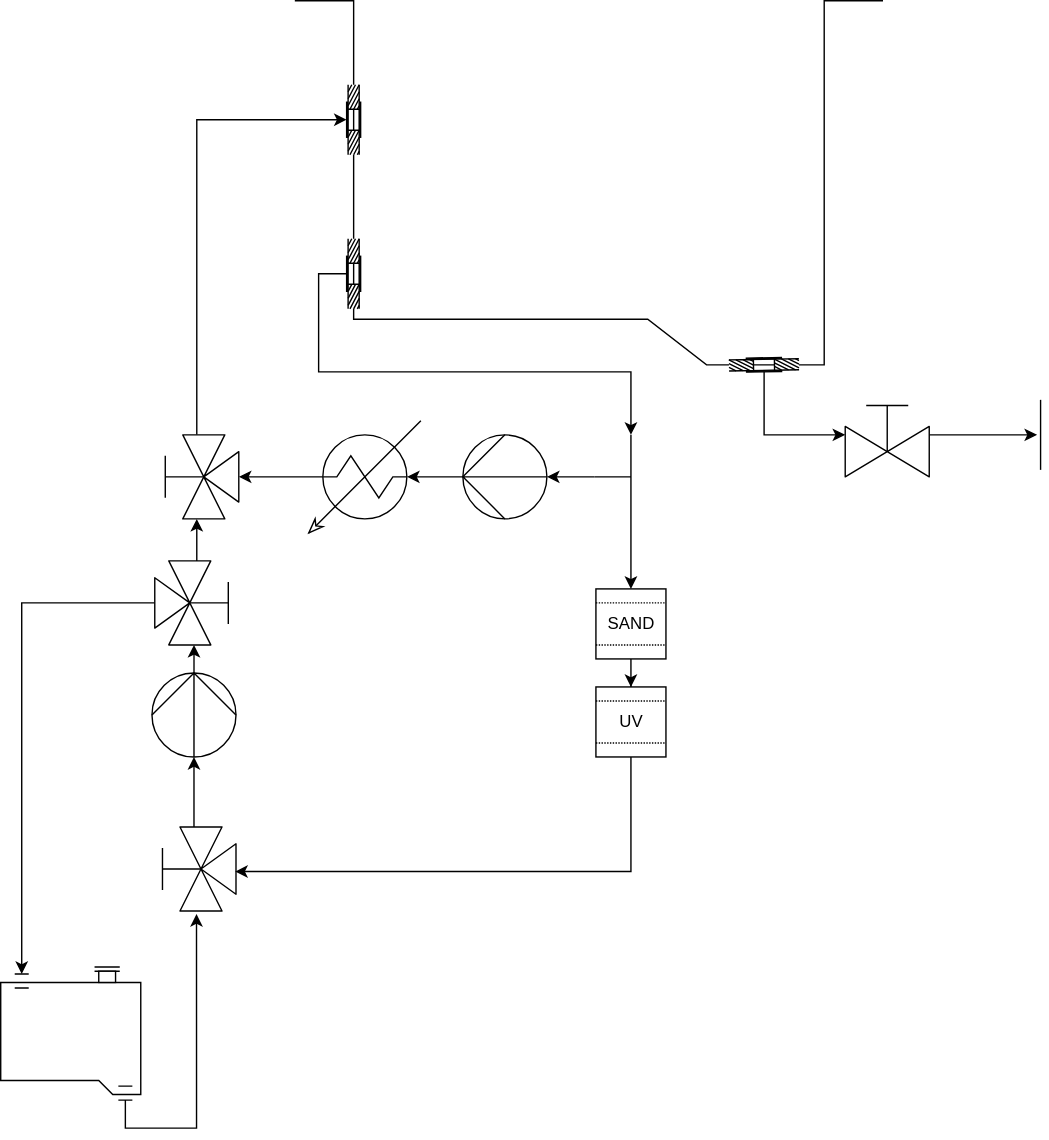
andreasberg/aHouse keeps this draw.io diagram as badewanne_pipes.svg. Above is the earlier version. Source tidied: cells renumbered, new cells last; positions are measured from the earlier drawing's top-left corner, leaving out a move shared by most shapes. Its diagram source:
```xml
<mxGraphModel>
  <root>
    <mxCell id="0" />
    <mxCell id="1" parent="0" />
    <mxCell id="2" style="shape=mxgraph.pid.vessels.container,_tank,_cistern_(boot);html=1;align=center;verticalLabelPosition=bottom;verticalAlign=top;dashed=0;" parent="1" vertex="1">
      <mxGeometry x="210" width="420" height="260" as="geometry" />
    </mxCell>
    <mxCell id="3" style="edgeStyle=orthogonalEdgeStyle;rounded=0;jettySize=auto;html=1;" parent="1" edge="1" source="5" target="11">
      <mxGeometry relative="1" as="geometry" />
    </mxCell>
    <mxCell id="4" style="edgeStyle=orthogonalEdgeStyle;rounded=0;jettySize=auto;html=1;entryX=0;entryY=0.5;entryDx=0;entryDy=0;entryPerimeter=0;" parent="1" edge="1" source="5" target="23">
      <mxGeometry relative="1" as="geometry" />
    </mxCell>
    <mxCell id="5" style="verticalLabelPosition=bottom;align=center;html=1;verticalAlign=top;dashed=0;shape=mxgraph.pid2valves.valve;valveType=threeWay;actuator=man;rotation=90;" parent="1" vertex="1">
      <mxGeometry x="110" y="400" width="60" height="60" as="geometry" />
    </mxCell>
    <mxCell id="6" style="edgeStyle=orthogonalEdgeStyle;rounded=0;jettySize=auto;html=1;" parent="1" edge="1" source="7" target="16">
      <mxGeometry relative="1" as="geometry" />
    </mxCell>
    <mxCell id="7" style="verticalLabelPosition=bottom;align=center;html=1;verticalAlign=top;dashed=0;shape=mxgraph.pid2valves.valve;valveType=gate;actuator=man;" parent="1" vertex="1">
      <mxGeometry x="603" y="280" width="60" height="60" as="geometry" />
    </mxCell>
    <mxCell id="8" style="edgeStyle=orthogonalEdgeStyle;rounded=0;jettySize=auto;html=1;" parent="1" edge="1" source="9" target="19">
      <mxGeometry relative="1" as="geometry" />
    </mxCell>
    <mxCell id="9" style="verticalLabelPosition=bottom;align=center;html=1;verticalAlign=top;dashed=0;shape=mxgraph.pid2valves.valve;valveType=threeWay;actuator=man;rotation=-90;" parent="1" vertex="1">
      <mxGeometry x="108" y="590" width="60" height="60" as="geometry" />
    </mxCell>
    <mxCell id="10" style="edgeStyle=orthogonalEdgeStyle;rounded=0;jettySize=auto;html=1;entryX=0;entryY=0.5;entryDx=0;entryDy=0;entryPerimeter=0;" parent="1" edge="1" source="11" target="17">
      <mxGeometry relative="1" as="geometry">
        <Array as="points">
          <mxPoint x="140" y="85" />
        </Array>
      </mxGeometry>
    </mxCell>
    <mxCell id="11" style="verticalLabelPosition=bottom;align=center;html=1;verticalAlign=top;dashed=0;shape=mxgraph.pid2valves.valve;valveType=threeWay;actuator=man;rotation=-90;" parent="1" vertex="1">
      <mxGeometry x="110" y="310" width="60" height="60" as="geometry" />
    </mxCell>
    <mxCell id="12" style="edgeStyle=orthogonalEdgeStyle;rounded=0;jettySize=auto;html=1;exitX=0.5;exitY=1;exitDx=0;exitDy=0;exitPerimeter=0;entryX=0.47;entryY=0.99;entryDx=0;entryDy=0;entryPerimeter=0;" parent="1" edge="1" source="13" target="9">
      <mxGeometry relative="1" as="geometry" />
    </mxCell>
    <mxCell id="13" value="UV" style="html=1;dashed=0;outlineConnect=0;align=center;shape=mxgraph.pid.filters.liquid_filter_(biological);" parent="1" vertex="1">
      <mxGeometry x="425" y="490" width="50" height="50" as="geometry" />
    </mxCell>
    <mxCell id="14" style="edgeStyle=orthogonalEdgeStyle;rounded=0;jettySize=auto;html=1;entryX=0.5;entryY=0;entryDx=0;entryDy=0;entryPerimeter=0;" parent="1" edge="1" source="15" target="13">
      <mxGeometry relative="1" as="geometry" />
    </mxCell>
    <mxCell id="15" value="SAND" style="html=1;dashed=0;outlineConnect=0;align=center;shape=mxgraph.pid.filters.liquid_filter_(biological);" parent="1" vertex="1">
      <mxGeometry x="425" y="420" width="50" height="50" as="geometry" />
    </mxCell>
    <mxCell id="16" style="shape=mxgraph.pid.fittings.single_flange;html=1;align=center;verticalLabelPosition=bottom;verticalAlign=top;dashed=0;" parent="1" vertex="1">
      <mxGeometry x="740" y="285" width="5" height="50" as="geometry" />
    </mxCell>
    <mxCell id="17" style="shape=mxgraph.pid.fittings.breakthrough;html=1;align=center;verticalLabelPosition=bottom;verticalAlign=top;dashed=0;" parent="1" vertex="1">
      <mxGeometry x="247" y="60" width="10" height="50" as="geometry" />
    </mxCell>
    <mxCell id="18" style="edgeStyle=orthogonalEdgeStyle;rounded=0;jettySize=auto;html=1;exitX=0.5;exitY=0;exitDx=0;exitDy=0;exitPerimeter=0;entryX=1;entryY=0.533;entryDx=0;entryDy=0;entryPerimeter=0;" parent="1" edge="1" source="19" target="5">
      <mxGeometry relative="1" as="geometry" />
    </mxCell>
    <mxCell id="19" style="shape=mxgraph.pid.pumps_-_din.centrifugal;html=1;align=center;verticalLabelPosition=bottom;verticalAlign=top;dashed=0;" parent="1" vertex="1">
      <mxGeometry x="108" y="480" width="60" height="60" as="geometry" />
    </mxCell>
    <mxCell id="20" style="shape=mxgraph.pid.vessels.tank_(boot);html=1;align=center;verticalLabelPosition=bottom;verticalAlign=top;dashed=0;" parent="1" vertex="1">
      <mxGeometry y="690" width="100" height="91" as="geometry" />
    </mxCell>
    <mxCell id="21" style="edgeStyle=orthogonalEdgeStyle;rounded=0;jettySize=auto;html=1;exitX=1;exitY=0.5;exitDx=0;exitDy=0;exitPerimeter=0;entryX=-0.036;entryY=0.53;entryDx=0;entryDy=0;entryPerimeter=0;" parent="1" edge="1" source="22" target="9">
      <mxGeometry relative="1" as="geometry" />
    </mxCell>
    <mxCell id="22" style="shape=mxgraph.pid.fittings.flanged_connection;html=1;align=center;verticalLabelPosition=bottom;verticalAlign=top;dashed=0;rotation=90;" parent="1" vertex="1">
      <mxGeometry x="84" y="775" width="10" height="10" as="geometry" />
    </mxCell>
    <mxCell id="23" style="shape=mxgraph.pid.fittings.flanged_connection;html=1;align=center;verticalLabelPosition=bottom;verticalAlign=top;dashed=0;rotation=90;" parent="1" vertex="1">
      <mxGeometry x="10" y="695" width="10" height="10" as="geometry" />
    </mxCell>
    <mxCell id="24" style="edgeStyle=orthogonalEdgeStyle;rounded=0;jettySize=auto;html=1;exitX=0;exitY=0.5;exitDx=0;exitDy=0;exitPerimeter=0;" parent="1" edge="1" source="25" target="34">
      <mxGeometry relative="1" as="geometry">
        <Array as="points">
          <mxPoint x="227" y="195" />
          <mxPoint x="227" y="265" />
          <mxPoint x="450" y="265" />
        </Array>
      </mxGeometry>
    </mxCell>
    <mxCell id="25" style="shape=mxgraph.pid.fittings.breakthrough;html=1;align=center;verticalLabelPosition=bottom;verticalAlign=top;dashed=0;" parent="1" vertex="1">
      <mxGeometry x="247" y="170" width="10" height="50" as="geometry" />
    </mxCell>
    <mxCell id="26" style="edgeStyle=orthogonalEdgeStyle;rounded=0;jettySize=auto;html=1;exitX=0;exitY=0.5;exitDx=0;exitDy=0;exitPerimeter=0;" parent="1" edge="1" source="27" target="7">
      <mxGeometry relative="1" as="geometry">
        <Array as="points">
          <mxPoint x="545" y="310" />
        </Array>
      </mxGeometry>
    </mxCell>
    <mxCell id="27" style="shape=mxgraph.pid.fittings.breakthrough;html=1;align=center;verticalLabelPosition=bottom;verticalAlign=top;dashed=0;rotation=-91;" parent="1" vertex="1">
      <mxGeometry x="540" y="235" width="10" height="50" as="geometry" />
    </mxCell>
    <mxCell id="28" style="edgeStyle=orthogonalEdgeStyle;rounded=0;jettySize=auto;html=1;exitX=0.5;exitY=0;exitDx=0;exitDy=0;exitPerimeter=0;entryX=0.876;entryY=0.5;entryDx=0;entryDy=0;entryPerimeter=0;" parent="1" edge="1" source="29" target="31">
      <mxGeometry relative="1" as="geometry" />
    </mxCell>
    <mxCell id="29" style="shape=mxgraph.pid.pumps_-_din.centrifugal;html=1;align=center;verticalLabelPosition=bottom;verticalAlign=top;dashed=0;rotation=-90;" parent="1" vertex="1">
      <mxGeometry x="330" y="310" width="60" height="60" as="geometry" />
    </mxCell>
    <mxCell id="30" style="edgeStyle=orthogonalEdgeStyle;rounded=0;jettySize=auto;html=1;exitX=0.124;exitY=0.5;exitDx=0;exitDy=0;exitPerimeter=0;" parent="1" edge="1" source="31" target="11">
      <mxGeometry relative="1" as="geometry" />
    </mxCell>
    <mxCell id="31" style="shape=mxgraph.pid.heat_exchangers.heater;html=1;align=center;verticalLabelPosition=bottom;verticalAlign=top;dashed=0;" parent="1" vertex="1">
      <mxGeometry x="220" y="300" width="80" height="80" as="geometry" />
    </mxCell>
    <mxCell id="32" style="edgeStyle=orthogonalEdgeStyle;rounded=0;jettySize=auto;html=1;exitX=0;exitY=0.5;exitDx=0;exitDy=0;exitPerimeter=0;entryX=0.5;entryY=1;entryDx=0;entryDy=0;entryPerimeter=0;" parent="1" edge="1" source="34" target="29">
      <mxGeometry relative="1" as="geometry" />
    </mxCell>
    <mxCell id="33" style="edgeStyle=orthogonalEdgeStyle;rounded=0;jettySize=auto;html=1;entryX=0.5;entryY=0;entryDx=0;entryDy=0;entryPerimeter=0;" parent="1" edge="1" source="34" target="15">
      <mxGeometry relative="1" as="geometry">
        <Array as="points">
          <mxPoint x="450" y="390" />
          <mxPoint x="450" y="390" />
        </Array>
      </mxGeometry>
    </mxCell>
    <mxCell id="34" style="verticalLabelPosition=bottom;align=center;dashed=0;html=1;verticalAlign=top;shape=mxgraph.pid.piping.flange_in;" parent="1" vertex="1">
      <mxGeometry x="424" y="310" width="26" height="60" as="geometry" />
    </mxCell>
  </root>
</mxGraphModel>
```
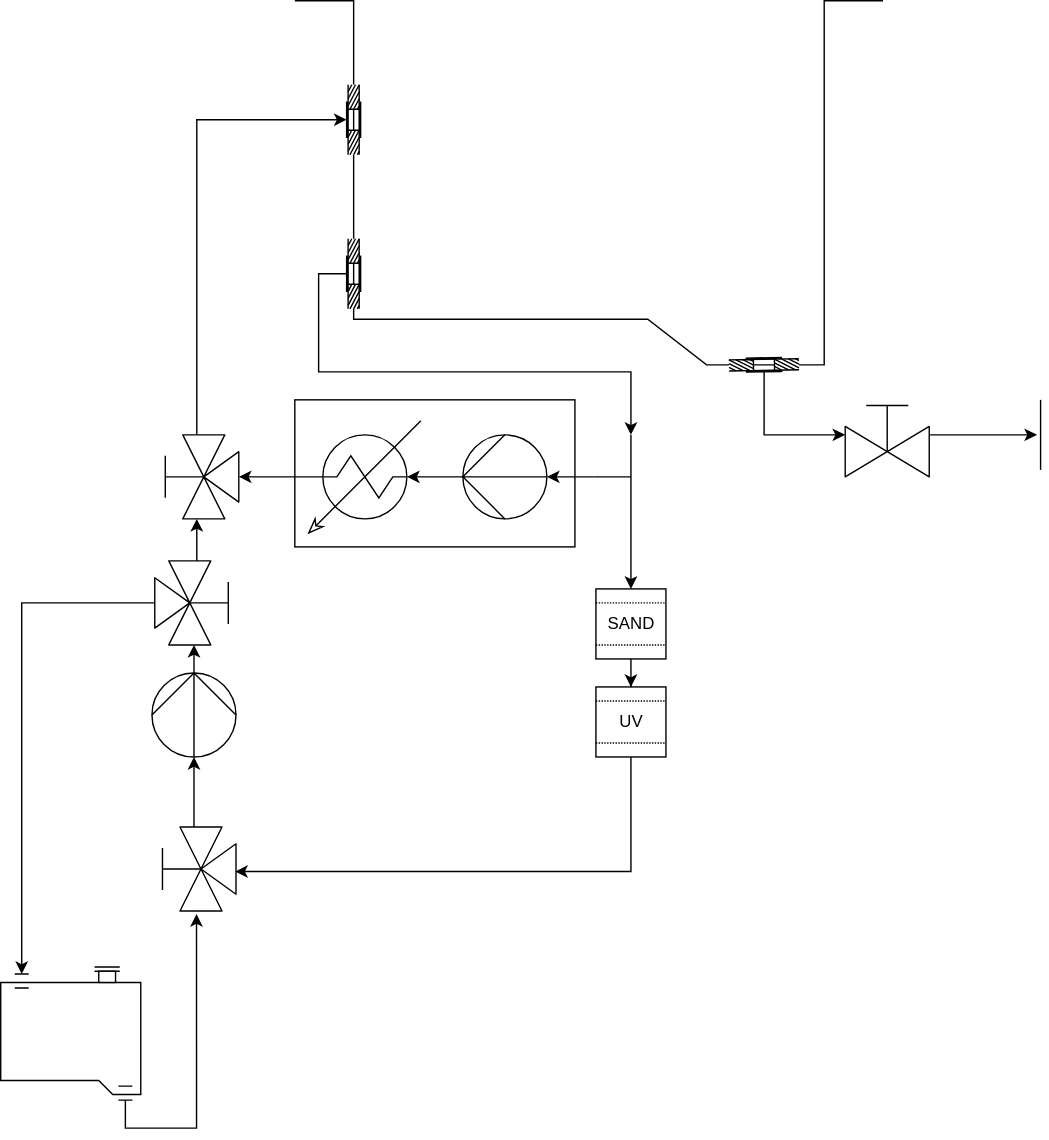
Later version of the same file.

Change to the diagram source:
```diff
@@ -2,6 +2,9 @@
   <root>
     <mxCell id="0" />
     <mxCell id="1" parent="0" />
+    <mxCell id="35" style="whiteSpace=wrap;html=1;" parent="1" vertex="1">
+      <mxGeometry x="210" y="285" width="200" height="105" as="geometry" />
+    </mxCell>
     <mxCell id="2" style="shape=mxgraph.pid.vessels.container,_tank,_cistern_(boot);html=1;align=center;verticalLabelPosition=bottom;verticalAlign=top;dashed=0;" parent="1" vertex="1">
       <mxGeometry x="210" width="420" height="260" as="geometry" />
     </mxCell>
```
